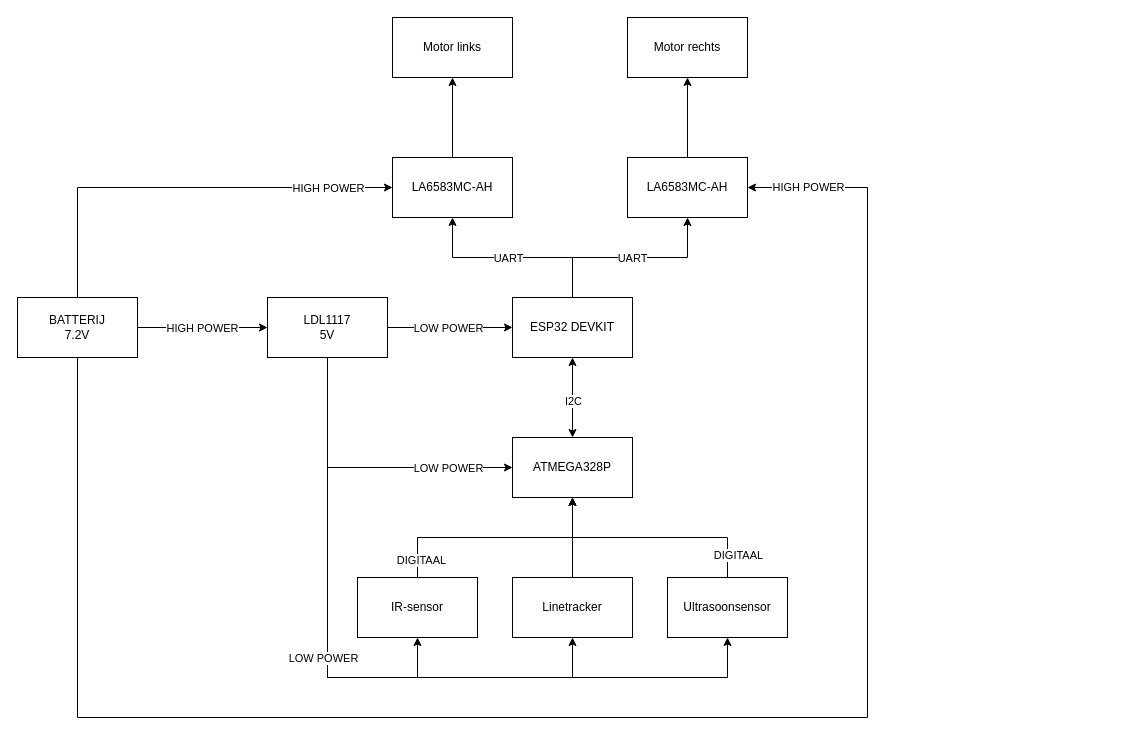
This is page "Blokdiagram" (2 of 2) of Documentatie/Analyse.drawio from Sten-AP/Smart-Systems, a draw.io file, before an edit. Source tidied: cells renumbered, new cells numbered last; positions are measured from the earlier drawing's top-left corner, leaving out a move shared by most shapes. Both pictures are drawn from the tidied source at 100%, with x=0, y=0 at pixel (17, 17).
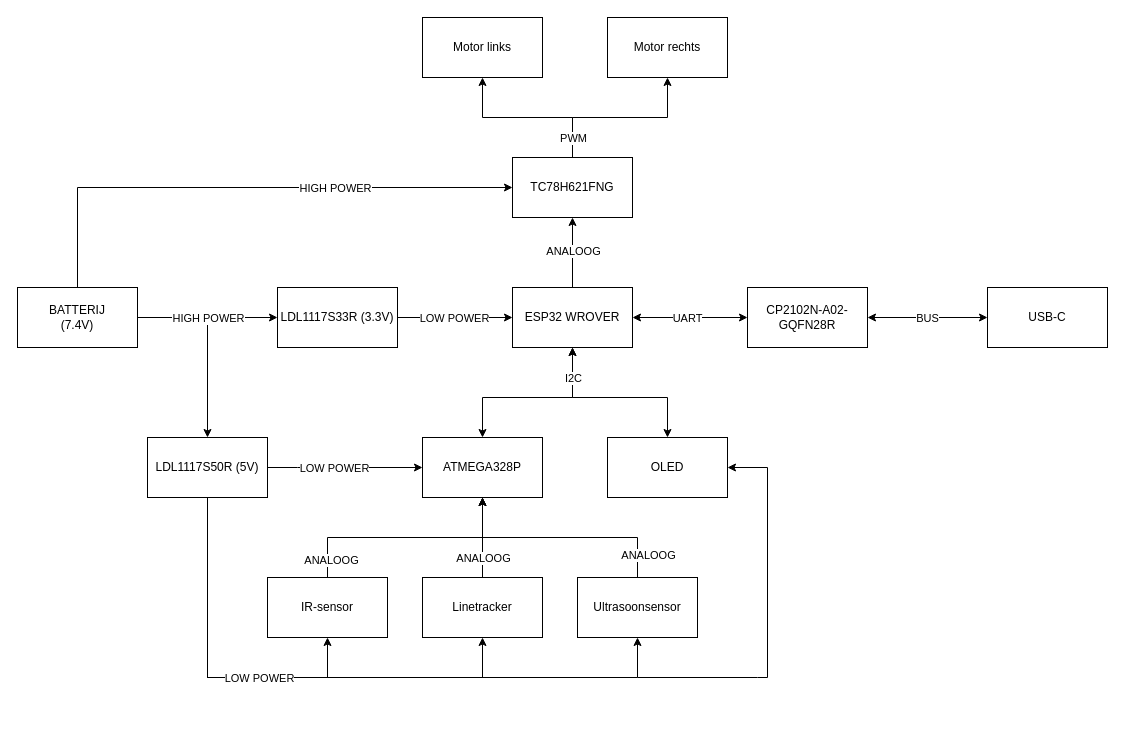
The same diagram, later.

The change refers to these unchanged cells:
```xml
<mxCell id="2" style="edgeStyle=orthogonalEdgeStyle;rounded=0;jettySize=auto;html=1;entryX=0.5;entryY=1;entryDx=0;entryDy=0;" parent="1" edge="1" source="6" target="30">
  <mxGeometry relative="1" as="geometry" />
</mxCell>
<mxCell id="25" style="edgeStyle=orthogonalEdgeStyle;rounded=0;jettySize=auto;html=1;entryX=0;entryY=0.5;entryDx=0;entryDy=0;" parent="1" edge="1" source="29" target="30">
  <mxGeometry relative="1" as="geometry">
    <Array as="points">
      <mxPoint x="60" y="170" />
    </Array>
  </mxGeometry>
</mxCell>
<mxCell id="27" style="edgeStyle=orthogonalEdgeStyle;rounded=0;jettySize=auto;html=1;" parent="1" edge="1" source="29" target="11">
  <mxGeometry relative="1" as="geometry" />
</mxCell>
<mxCell id="35" style="edgeStyle=orthogonalEdgeStyle;rounded=0;jettySize=auto;html=1;entryX=0.5;entryY=1;entryDx=0;entryDy=0;" parent="1" edge="1" source="36" target="18">
  <mxGeometry relative="1" as="geometry" />
</mxCell>
```

The edit, as a diff of the source:
```diff
@@
-    <mxCell id="3" value="UART" style="edgeLabel;html=1;align=center;verticalAlign=middle;" parent="2" vertex="1">
+    <mxCell id="3" value="ANALOOG" style="edgeLabel;html=1;align=center;verticalAlign=middle;" parent="2" vertex="1">
       <mxGeometry x="-0.29" y="4" relative="1" as="geometry">
-        <mxPoint x="-34" y="-4" as="offset" />
+        <mxPoint x="4" y="-11.7" as="offset" />
       </mxGeometry>
     </mxCell>
-    <mxCell id="4" style="edgeStyle=orthogonalEdgeStyle;rounded=0;jettySize=auto;html=1;entryX=0.5;entryY=1;entryDx=0;entryDy=0;" parent="1" edge="1" source="6" target="32">
-      <mxGeometry relative="1" as="geometry" />
-    </mxCell>
-    <mxCell id="5" value="UART" style="edgeLabel;html=1;align=center;verticalAlign=middle;" parent="4" vertex="1">
-      <mxGeometry x="-0.39" relative="1" as="geometry">
-        <mxPoint x="40" as="offset" />
-      </mxGeometry>
-    </mxCell>
-    <mxCell id="6" value="ESP32 DEVKIT" style="rounded=0;whiteSpace=wrap;html=1;" parent="1" vertex="1">
-      <mxGeometry x="495" y="280" width="120" height="60" as="geometry" />
+    <mxCell id="6" value="ESP32 WROVER" style="rounded=0;whiteSpace=wrap;html=1;" parent="1" vertex="1">
+      <mxGeometry x="495" y="270" width="120" height="60" as="geometry" />
     </mxCell>
     <mxCell id="7" style="edgeStyle=orthogonalEdgeStyle;rounded=0;jettySize=auto;html=1;entryX=0.5;entryY=1;entryDx=0;entryDy=0;" parent="1" edge="1" source="11" target="33">
       <mxGeometry relative="1" as="geometry">
         <Array as="points">
+          <mxPoint x="190" y="660" />
           <mxPoint x="310" y="660" />
-          <mxPoint x="400" y="660" />
         </Array>
       </mxGeometry>
     </mxCell>
     <mxCell id="8" style="edgeStyle=orthogonalEdgeStyle;rounded=0;jettySize=auto;html=1;entryX=0.5;entryY=1;entryDx=0;entryDy=0;" parent="1" edge="1" source="11" target="36">
       <mxGeometry relative="1" as="geometry">
         <Array as="points">
-          <mxPoint x="310" y="660" />
-          <mxPoint x="555" y="660" />
+          <mxPoint x="190" y="660" />
+          <mxPoint x="465" y="660" />
         </Array>
       </mxGeometry>
     </mxCell>
     <mxCell id="9" style="edgeStyle=orthogonalEdgeStyle;rounded=0;jettySize=auto;html=1;entryX=0.5;entryY=1;entryDx=0;entryDy=0;" parent="1" edge="1" source="11" target="34">
       <mxGeometry relative="1" as="geometry">
         <Array as="points">
-          <mxPoint x="310" y="660" />
-          <mxPoint x="710" y="660" />
+          <mxPoint x="190" y="660" />
+          <mxPoint x="620" y="660" />
         </Array>
       </mxGeometry>
     </mxCell>
     <mxCell id="10" value="LOW POWER" style="edgeLabel;html=1;align=center;verticalAlign=middle;" parent="9" vertex="1">
       <mxGeometry x="0.32" y="1" relative="1" as="geometry">
-        <mxPoint x="-187" y="-19" as="offset" />
+        <mxPoint x="-197.5" y="1" as="offset" />
       </mxGeometry>
     </mxCell>
-    <mxCell id="11" value="LDL1117&lt;br&gt;5V" style="rounded=0;whiteSpace=wrap;html=1;" parent="1" vertex="1">
-      <mxGeometry x="250" y="280" width="120" height="60" as="geometry" />
+    <mxCell id="11" value="LDL1117S50R (5V)" style="rounded=0;whiteSpace=wrap;html=1;" parent="1" vertex="1">
+      <mxGeometry x="130" y="420" width="120" height="60" as="geometry" />
     </mxCell>
-    <mxCell id="12" style="endArrow=classic;html=1;" parent="1" edge="1" source="11" target="6">
+    <mxCell id="12" style="endArrow=classic;html=1;exitX=1;exitY=0.5;exitDx=0;exitDy=0;" parent="1" edge="1" source="45" target="6">
       <mxGeometry relative="1" as="geometry" />
     </mxCell>
@@
     <mxCell id="14" style="edgeStyle=orthogonalEdgeStyle;rounded=0;jettySize=auto;html=1;exitX=0.5;exitY=0;exitDx=0;exitDy=0;" parent="1" edge="1" source="34" target="18">
       <mxGeometry relative="1" as="geometry">
         <Array as="points">
-          <mxPoint x="710" y="520" />
-          <mxPoint x="555" y="520" />
+          <mxPoint x="620" y="520" />
+          <mxPoint x="465" y="520" />
         </Array>
       </mxGeometry>
     </mxCell>
-    <mxCell id="15" value="DIGITAAL" style="edgeLabel;html=1;align=center;verticalAlign=middle;" parent="14" vertex="1">
+    <mxCell id="15" value="ANALOOG" style="edgeLabel;html=1;align=center;verticalAlign=middle;" parent="14" vertex="1">
       <mxGeometry x="0.75" y="-4" relative="1" as="geometry">
         <mxPoint x="161" y="28" as="offset" />
       </mxGeometry>
     </mxCell>
     <mxCell id="16" style="edgeStyle=orthogonalEdgeStyle;rounded=0;jettySize=auto;html=1;exitX=0.5;exitY=0;exitDx=0;exitDy=0;" parent="1" edge="1" source="33" target="18">
       <mxGeometry relative="1" as="geometry">
         <Array as="points">
-          <mxPoint x="400" y="520" />
-          <mxPoint x="555" y="520" />
+          <mxPoint x="310" y="520" />
+          <mxPoint x="465" y="520" />
         </Array>
       </mxGeometry>
     </mxCell>
-    <mxCell id="17" value="DIGITAAL" style="edgeLabel;html=1;align=center;verticalAlign=middle;" parent="16" vertex="1">
+    <mxCell id="17" value="ANALOOG" style="edgeLabel;html=1;align=center;verticalAlign=middle;" parent="16" vertex="1">
       <mxGeometry x="0.36" y="-1" relative="1" as="geometry">
         <mxPoint x="-117" y="21" as="offset" />
       </mxGeometry>
     </mxCell>
     <mxCell id="18" value="ATMEGA328P" style="rounded=0;whiteSpace=wrap;html=1;" parent="1" vertex="1">
-      <mxGeometry x="495" y="420" width="120" height="60" as="geometry" />
+      <mxGeometry x="405" y="420" width="120" height="60" as="geometry" />
     </mxCell>
     <mxCell id="19" style="endArrow=classic;html=1;edgeStyle=orthogonalEdgeStyle;arcSize=0;" parent="1" edge="1" source="11" target="18">
       <mxGeometry relative="1" as="geometry">
         <Array as="points">
-          <mxPoint x="310" y="450" />
+          <mxPoint x="280" y="450" />
         </Array>
       </mxGeometry>
     </mxCell>
     <mxCell id="20" value="LOW POWER" style="edgeLabel;html=1;align=center;verticalAlign=middle;" parent="19" vertex="1">
       <mxGeometry x="0.09" y="1" relative="1" as="geometry">
-        <mxPoint x="69" y="1" as="offset" />
+        <mxPoint x="-18" y="1" as="offset" />
       </mxGeometry>
     </mxCell>
-    <mxCell id="21" style="endArrow=classic;startArrow=classic;html=1;" parent="1" edge="1" source="18" target="6">
-      <mxGeometry relative="1" as="geometry" />
+    <mxCell id="21" style="endArrow=classic;startArrow=classic;html=1;exitX=0.5;exitY=0;exitDx=0;exitDy=0;rounded=0;" parent="1" edge="1" source="18" target="6">
+      <mxGeometry relative="1" as="geometry">
+        <Array as="points">
+          <mxPoint x="465" y="380" />
+          <mxPoint x="555" y="380" />
+        </Array>
+      </mxGeometry>
     </mxCell>
-    <mxCell id="22" value="I2C" style="edgeLabel;html=1;align=center;verticalAlign=middle;" parent="21" vertex="1">
-      <mxGeometry x="0.48" y="2" relative="1" as="geometry">
-        <mxPoint x="2" y="22" as="offset" />
-      </mxGeometry>
-    </mxCell>
-    <mxCell id="23" style="edgeStyle=orthogonalEdgeStyle;rounded=0;jettySize=auto;html=1;entryX=1;entryY=0.5;entryDx=0;entryDy=0;exitX=0.5;exitY=1;exitDx=0;exitDy=0;" parent="1" edge="1" source="29" target="32">
-      <mxGeometry relative="1" as="geometry">
-        <Array as="points">
-          <mxPoint x="60" y="700" />
-          <mxPoint x="850" y="700" />
-          <mxPoint x="850" y="170" />
-        </Array>
-      </mxGeometry>
-    </mxCell>
-    <mxCell id="24" value="HIGH POWER" style="edgeLabel;html=1;align=center;verticalAlign=middle;" parent="23" vertex="1">
-      <mxGeometry x="0.84" y="3" relative="1" as="geometry">
-        <mxPoint x="-57" y="-25" as="offset" />
-      </mxGeometry>
-    </mxCell>
@@
     <mxCell id="26" value="HIGH POWER" style="edgeLabel;html=1;align=center;verticalAlign=middle;" parent="25" vertex="1">
       <mxGeometry x="0.4" y="3" relative="1" as="geometry">
-        <mxPoint x="62" y="3" as="offset" />
+        <mxPoint x="-18" y="3" as="offset" />
       </mxGeometry>
     </mxCell>
@@
-    <mxCell id="28" value="HIGH POWER" style="edgeLabel;html=1;align=center;verticalAlign=middle;" parent="27" vertex="1">
-      <mxGeometry x="-0.22" y="1" relative="1" as="geometry">
-        <mxPoint x="13" y="1" as="offset" />
-      </mxGeometry>
-    </mxCell>
+    <mxCell id="40" style="edgeStyle=orthogonalEdgeStyle;rounded=0;jettySize=auto;html=1;" parent="1" edge="1" source="29" target="45">
+      <mxGeometry relative="1" as="geometry">
+        <Array as="points">
+          <mxPoint x="210" y="300" />
+          <mxPoint x="210" y="300" />
+        </Array>
+      </mxGeometry>
+    </mxCell>
+    <mxCell id="41" value="HIGH POWER" style="edgeLabel;html=1;align=center;verticalAlign=middle;" parent="40" vertex="1">
+      <mxGeometry x="0.34" y="1" relative="1" as="geometry">
+        <mxPoint x="-23.7" y="1" as="offset" />
+      </mxGeometry>
+    </mxCell>
-    <mxCell id="29" value="BATTERIJ&lt;br&gt;7.2V" style="rounded=0;whiteSpace=wrap;html=1;" parent="1" vertex="1">
-      <mxGeometry y="280" width="120" height="60" as="geometry" />
+    <mxCell id="29" value="BATTERIJ&lt;br&gt;(7.4V)" style="rounded=0;whiteSpace=wrap;html=1;" parent="1" vertex="1">
+      <mxGeometry y="270" width="120" height="60" as="geometry" />
     </mxCell>
+    <mxCell id="42" style="edgeStyle=orthogonalEdgeStyle;rounded=0;jettySize=auto;html=1;entryX=0.5;entryY=1;entryDx=0;entryDy=0;" parent="1" edge="1" source="30" target="38">
+      <mxGeometry relative="1" as="geometry" />
+    </mxCell>
-    <mxCell id="30" value="LA6583MC-AH" style="rounded=0;whiteSpace=wrap;html=1;" parent="1" vertex="1">
-      <mxGeometry x="375" y="140" width="120" height="60" as="geometry" />
+    <mxCell id="30" value="TC78H621FNG" style="rounded=0;whiteSpace=wrap;html=1;" parent="1" vertex="1">
+      <mxGeometry x="495" y="140" width="120" height="60" as="geometry" />
     </mxCell>
-    <mxCell id="31" style="edgeStyle=orthogonalEdgeStyle;rounded=0;jettySize=auto;html=1;" parent="1" edge="1" source="32" target="38">
-      <mxGeometry relative="1" as="geometry" />
-    </mxCell>
-    <mxCell id="32" value="LA6583MC-AH" style="rounded=0;whiteSpace=wrap;html=1;" parent="1" vertex="1">
-      <mxGeometry x="610" y="140" width="120" height="60" as="geometry" />
-    </mxCell>
     <mxCell id="33" value="IR-sensor" style="rounded=0;whiteSpace=wrap;html=1;" parent="1" vertex="1">
-      <mxGeometry x="340" y="560" width="120" height="60" as="geometry" />
+      <mxGeometry x="250" y="560" width="120" height="60" as="geometry" />
     </mxCell>
     <mxCell id="34" value="Ultrasoonsensor" style="rounded=0;whiteSpace=wrap;html=1;" parent="1" vertex="1">
-      <mxGeometry x="650" y="560" width="120" height="60" as="geometry" />
+      <mxGeometry x="560" y="560" width="120" height="60" as="geometry" />
     </mxCell>
@@
+    <mxCell id="43" value="ANALOOG" style="edgeLabel;html=1;align=center;verticalAlign=middle;" parent="35" vertex="1">
+      <mxGeometry x="-0.15" y="-2" relative="1" as="geometry">
+        <mxPoint x="-2" y="14.3" as="offset" />
+      </mxGeometry>
+    </mxCell>
     <mxCell id="36" value="Linetracker" style="rounded=0;whiteSpace=wrap;html=1;" parent="1" vertex="1">
-      <mxGeometry x="495" y="560" width="120" height="60" as="geometry" />
+      <mxGeometry x="405" y="560" width="120" height="60" as="geometry" />
     </mxCell>
     <mxCell id="37" value="Motor links" style="rounded=0;whiteSpace=wrap;html=1;" parent="1" vertex="1">
-      <mxGeometry x="375" width="120" height="60" as="geometry" />
+      <mxGeometry x="405" width="120" height="60" as="geometry" />
     </mxCell>
     <mxCell id="38" value="Motor rechts" style="rounded=0;whiteSpace=wrap;html=1;" parent="1" vertex="1">
-      <mxGeometry x="610" width="120" height="60" as="geometry" />
+      <mxGeometry x="590" width="120" height="60" as="geometry" />
     </mxCell>
-    <mxCell id="39" style="endArrow=classic;html=1;" parent="1" edge="1" source="30" target="37">
-      <mxGeometry relative="1" as="geometry" />
+    <mxCell id="39" style="endArrow=classic;html=1;exitX=0.5;exitY=0;exitDx=0;exitDy=0;edgeStyle=orthogonalEdgeStyle;rounded=0;entryX=0.5;entryY=1;entryDx=0;entryDy=0;" parent="1" edge="1" source="30" target="37">
+      <mxGeometry relative="1" as="geometry">
+        <Array as="points">
+          <mxPoint x="555" y="100" />
+          <mxPoint x="465" y="100" />
+        </Array>
+      </mxGeometry>
     </mxCell>
+    <mxCell id="44" value="PWM" style="edgeLabel;html=1;align=center;verticalAlign=middle;" parent="39" vertex="1">
+      <mxGeometry x="-0.26" relative="1" as="geometry">
+        <mxPoint x="23.3" y="20" as="offset" />
+      </mxGeometry>
+    </mxCell>
+    <mxCell id="45" value="LDL1117S33R (3.3V)" style="rounded=0;whiteSpace=wrap;html=1;" parent="1" vertex="1">
+      <mxGeometry x="260" y="270" width="120" height="60" as="geometry" />
+    </mxCell>
+    <mxCell id="46" value="OLED" style="rounded=0;whiteSpace=wrap;html=1;" parent="1" vertex="1">
+      <mxGeometry x="590" y="420" width="120" height="60" as="geometry" />
+    </mxCell>
+    <mxCell id="47" style="endArrow=classic;startArrow=classic;html=1;entryX=0.5;entryY=0;entryDx=0;entryDy=0;exitX=0.5;exitY=1;exitDx=0;exitDy=0;rounded=0;" parent="1" edge="1" source="6" target="46">
+      <mxGeometry relative="1" as="geometry">
+        <Array as="points">
+          <mxPoint x="555" y="380" />
+          <mxPoint x="650" y="380" />
+        </Array>
+      </mxGeometry>
+    </mxCell>
+    <mxCell id="22" value="I2C" style="edgeLabel;html=1;align=center;verticalAlign=middle;" parent="47" vertex="1">
+      <mxGeometry x="-0.14" y="-3" relative="1" as="geometry">
+        <mxPoint x="-29.6" y="-23" as="offset" />
+      </mxGeometry>
+    </mxCell>
+    <mxCell id="48" style="endArrow=classic;html=1;entryX=1;entryY=0.5;entryDx=0;entryDy=0;rounded=0;" parent="1" edge="1" target="46">
+      <mxGeometry relative="1" as="geometry">
+        <mxPoint x="620" y="660" as="sourcePoint" />
+        <Array as="points">
+          <mxPoint x="740" y="660" />
+          <mxPoint x="750" y="660" />
+          <mxPoint x="750" y="450" />
+        </Array>
+      </mxGeometry>
+    </mxCell>
+    <mxCell id="49" value="CP2102N-A02-GQFN28R" style="rounded=0;whiteSpace=wrap;html=1;" parent="1" vertex="1">
+      <mxGeometry x="730" y="270" width="120" height="60" as="geometry" />
+    </mxCell>
+    <mxCell id="50" value="USB-C" style="rounded=0;whiteSpace=wrap;html=1;" parent="1" vertex="1">
+      <mxGeometry x="970" y="270" width="120" height="60" as="geometry" />
+    </mxCell>
+    <mxCell id="51" style="endArrow=classic;startArrow=classic;html=1;entryX=0;entryY=0.5;entryDx=0;entryDy=0;exitX=1;exitY=0.5;exitDx=0;exitDy=0;" parent="1" edge="1" source="49" target="50">
+      <mxGeometry relative="1" as="geometry" />
+    </mxCell>
+    <mxCell id="52" value="BUS" style="edgeLabel;html=1;align=center;verticalAlign=middle;" parent="51" vertex="1">
+      <mxGeometry x="-0.56" y="3" relative="1" as="geometry">
+        <mxPoint x="33.3" y="3" as="offset" />
+      </mxGeometry>
+    </mxCell>
+    <mxCell id="53" style="endArrow=classic;startArrow=classic;html=1;entryX=0;entryY=0.5;entryDx=0;entryDy=0;exitX=1;exitY=0.5;exitDx=0;exitDy=0;" parent="1" edge="1" source="6" target="49">
+      <mxGeometry relative="1" as="geometry" />
+    </mxCell>
+    <mxCell id="5" value="UART" style="edgeLabel;html=1;align=center;verticalAlign=middle;" parent="53" vertex="1">
+      <mxGeometry x="-0.47" y="-1" relative="1" as="geometry">
+        <mxPoint x="24.7" y="-1" as="offset" />
+      </mxGeometry>
+    </mxCell>
```
